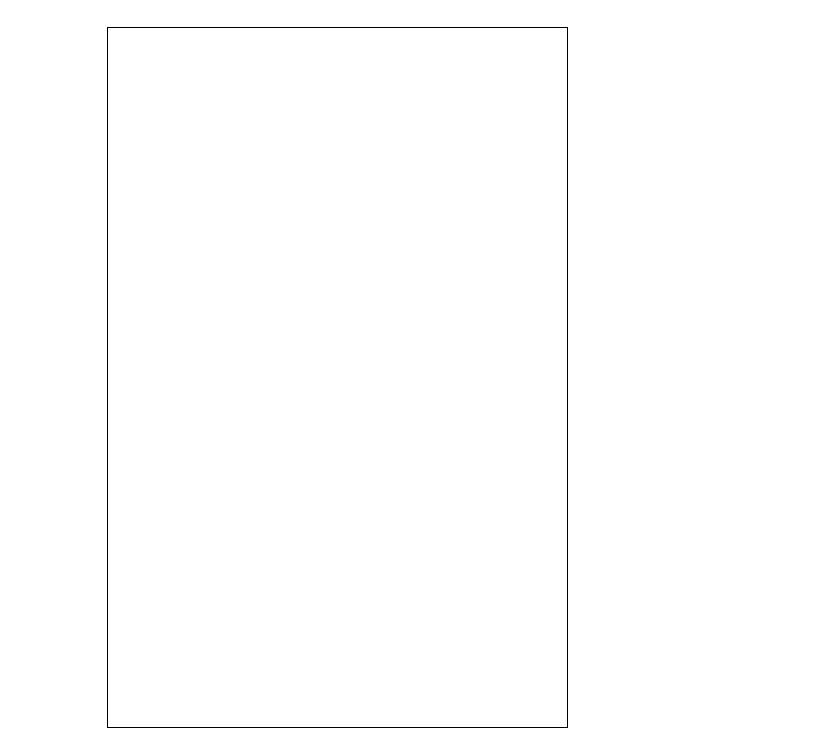
This is Maporia_Use-Case_diagram.drawio from Anuja-jayasinghe/DrawIo_Projects, a draw.io file, before an edit. Source tidied: cells renumbered, new cells numbered last; positions are measured from the earlier drawing's top-left corner, leaving out a move shared by most shapes. Both pictures are drawn from the tidied source at 100%, with x=0, y=0 at pixel (107, 27).
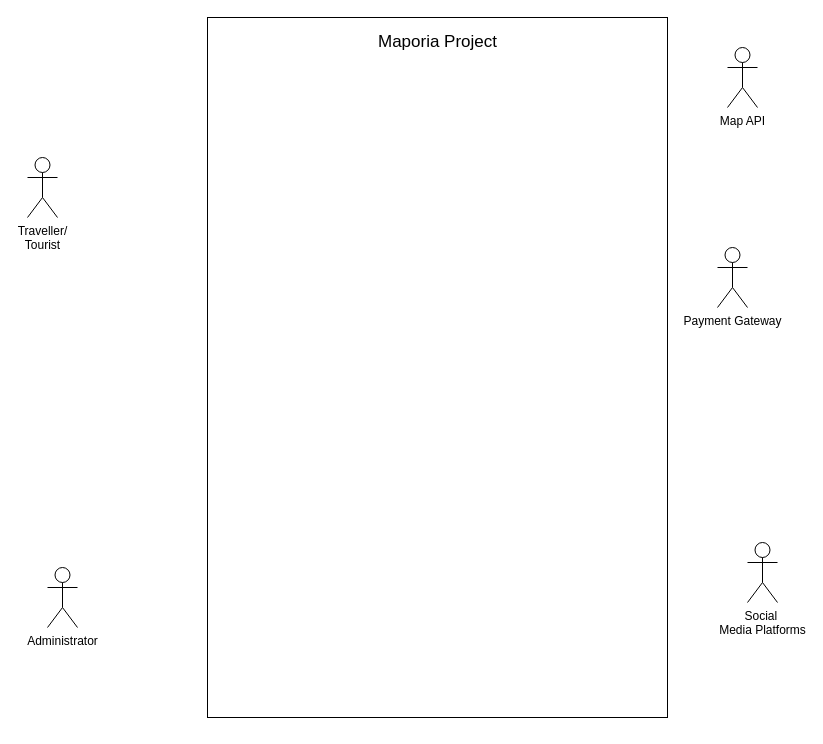
The same diagram, later.

Change to the diagram source:
```diff
@@
 <mxGraphModel>
   <root>
     <mxCell id="0" />
     <mxCell id="1" parent="0" />
+    <mxCell id="3" value="Traveller/&lt;div&gt;Tourist&lt;/div&gt;" style="shape=umlActor;verticalLabelPosition=bottom;verticalAlign=top;html=1;" parent="1" vertex="1">
+      <mxGeometry x="-80" y="130" width="30" height="60" as="geometry" />
+    </mxCell>
+    <mxCell id="4" value="Social&amp;nbsp;&lt;div&gt;Media Platforms&lt;/div&gt;" style="shape=umlActor;verticalLabelPosition=bottom;verticalAlign=top;html=1;" parent="1" vertex="1">
+      <mxGeometry x="640" y="515" width="30" height="60" as="geometry" />
+    </mxCell>
+    <mxCell id="5" value="Payment Gateway" style="shape=umlActor;verticalLabelPosition=bottom;verticalAlign=top;html=1;" parent="1" vertex="1">
+      <mxGeometry x="610" y="220" width="30" height="60" as="geometry" />
+    </mxCell>
+    <mxCell id="6" value="Administrator" style="shape=umlActor;verticalLabelPosition=bottom;verticalAlign=top;html=1;" parent="1" vertex="1">
+      <mxGeometry x="-60" y="540" width="30" height="60" as="geometry" />
+    </mxCell>
+    <mxCell id="7" value="Map API" style="shape=umlActor;verticalLabelPosition=bottom;verticalAlign=top;html=1;" parent="1" vertex="1">
+      <mxGeometry x="620" y="20" width="30" height="60" as="geometry" />
+    </mxCell>
+    <mxCell id="8" style="group;" parent="1" vertex="1">
+      <mxGeometry x="100" y="-10" width="460" height="700" as="geometry" />
+    </mxCell>
-    <mxCell id="2" style="rounded=0;whiteSpace=wrap;html=1;" parent="1" vertex="1">
+    <mxCell id="2" style="rounded=0;whiteSpace=wrap;html=1;" parent="8" vertex="1">
       <mxGeometry width="460" height="700" as="geometry" />
     </mxCell>
+    <mxCell id="9" value="Maporia Project" style="text;html=1;align=center;verticalAlign=middle;strokeColor=none;fillColor=none;fontSize=17;" parent="8" vertex="1">
+      <mxGeometry x="160" y="10" width="140" height="30" as="geometry" />
+    </mxCell>
   </root>
 </mxGraphModel>
```
